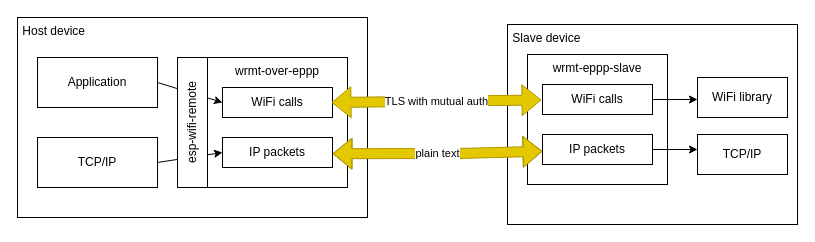
Above: content/blog/2025/08/esp-wifi-remote/eppp.drawio in espressif/developer-portal (draw.io), before the change. Source tidied: cells renumbered, new cells numbered last; positions are measured from the earlier drawing's top-left corner, leaving out a move shared by most shapes. Both pictures are drawn from the tidied source at 100%, with x=0, y=0 at pixel (17, 17).
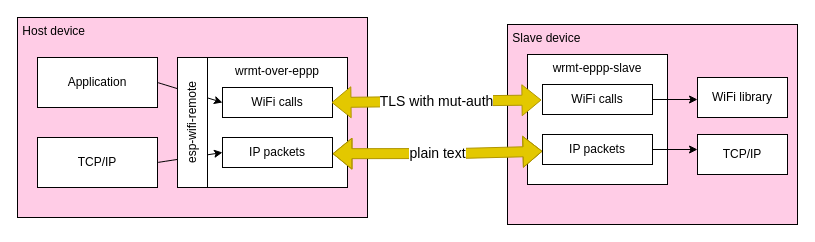
Above is the later version.

Change to the diagram source:
```diff
@@
-    <mxCell id="2" value="&amp;nbsp;Host device" style="rounded=0;whiteSpace=wrap;html=1;align=left;verticalAlign=top;" parent="1" vertex="1">
+    <mxCell id="2" value="&amp;nbsp;Host device" style="rounded=0;whiteSpace=wrap;html=1;align=left;verticalAlign=top;fillColor=#FFCCE6;" parent="1" vertex="1">
       <mxGeometry width="350" height="200" as="geometry" />
     </mxCell>
@@
-    <mxCell id="11" value="&amp;nbsp;Slave device" style="rounded=0;whiteSpace=wrap;html=1;align=left;verticalAlign=top;" parent="1" vertex="1">
+    <mxCell id="11" value="&amp;nbsp;Slave device" style="rounded=0;whiteSpace=wrap;html=1;align=left;verticalAlign=top;fillColor=#FFCCE6;" parent="1" vertex="1">
       <mxGeometry x="490" y="7" width="290" height="200" as="geometry" />
     </mxCell>
@@
-    <mxCell id="18" value="TLS with mutual auth" style="shape=flexArrow;endArrow=classic;startArrow=classic;html=1;exitX=1;exitY=0.5;exitDx=0;exitDy=0;entryX=0;entryY=0.75;entryDx=0;entryDy=0;fillColor=#e3c800;strokeColor=#B09500;" parent="1" edge="1">
+    <mxCell id="18" value="TLS with mut-auth" style="shape=flexArrow;endArrow=classic;startArrow=classic;html=1;exitX=1;exitY=0.5;exitDx=0;exitDy=0;entryX=0;entryY=0.75;entryDx=0;entryDy=0;fillColor=#e3c800;strokeColor=#B09500;fontSize=14;" parent="1" edge="1">
       <mxGeometry relative="1" as="geometry">
         <mxPoint x="314" y="85" as="sourcePoint" />
         <mxPoint x="524" y="82.5" as="targetPoint" />
       </mxGeometry>
     </mxCell>
-    <mxCell id="19" value="plain text" style="shape=flexArrow;endArrow=classic;startArrow=classic;html=1;exitX=1;exitY=0.5;exitDx=0;exitDy=0;entryX=0;entryY=0.75;entryDx=0;entryDy=0;fillColor=#e3c800;strokeColor=#B09500;" parent="1" edge="1">
+    <mxCell id="19" value="plain text" style="shape=flexArrow;endArrow=classic;startArrow=classic;html=1;exitX=1;exitY=0.5;exitDx=0;exitDy=0;entryX=0;entryY=0.75;entryDx=0;entryDy=0;fillColor=#e3c800;strokeColor=#B09500;fontSize=14;" parent="1" edge="1">
       <mxGeometry relative="1" as="geometry">
         <mxPoint x="315" y="136.2" as="sourcePoint" />
         <mxPoint x="525" y="133.8" as="targetPoint" />
         <Array as="points">
           <mxPoint x="440" y="136" />
         </Array>
       </mxGeometry>
     </mxCell>
```
